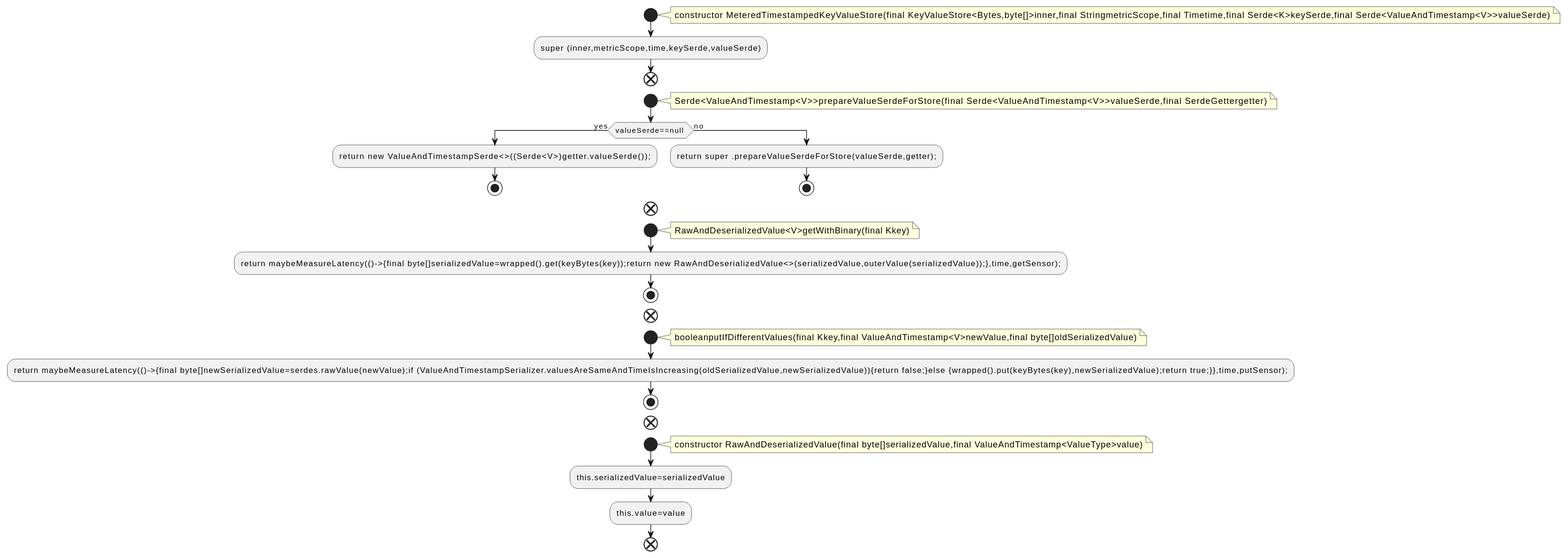
qualitesys/kafka keeps this PlantUML diagram as docs/qc/streams/src/main/java/org/apache/kafka/streams/state/internals/MeteredTimestampedKeyValueStore.java.fct.svg. Above is the earlier version. Its diagram source:
```plantuml
@startuml
!pragma layout smetana
start
note right
constructor MeteredTimestampedKeyValueStore(final KeyValueStore<Bytes,byte[]>inner,final StringmetricScope,final Timetime,final Serde<K>keySerde,final Serde<ValueAndTimestamp<V>>valueSerde)
end note
:super (inner,metricScope,time,keySerde,valueSerde);
end
start
note right
Serde<ValueAndTimestamp<V>>prepareValueSerdeForStore(final Serde<ValueAndTimestamp<V>>valueSerde,final SerdeGettergetter)
end note
if (valueSerde==null ) then (yes)
:return new ValueAndTimestampSerde<>((Serde<V>)getter.valueSerde());;
stop
else (no)
:return super .prepareValueSerdeForStore(valueSerde,getter);;
stop
endif
end
start
note right
RawAndDeserializedValue<V>getWithBinary(final Kkey)
end note
:return maybeMeasureLatency(()->{final byte[]serializedValue=wrapped().get(keyBytes(key));return new RawAndDeserializedValue<>(serializedValue,outerValue(serializedValue));},time,getSensor);;
stop
end
start
note right
booleanputIfDifferentValues(final Kkey,final ValueAndTimestamp<V>newValue,final byte[]oldSerializedValue)
end note
:return maybeMeasureLatency(()->{final byte[]newSerializedValue=serdes.rawValue(newValue);if (ValueAndTimestampSerializer.valuesAreSameAndTimeIsIncreasing(oldSerializedValue,newSerializedValue)){return false;}else {wrapped().put(keyBytes(key),newSerializedValue);return true;}},time,putSensor);;
stop
end
start
note right
constructor RawAndDeserializedValue(final byte[]serializedValue,final ValueAndTimestamp<ValueType>value)
end note
:this.serializedValue=serializedValue;
:this.value=value;
end
@enduml
```
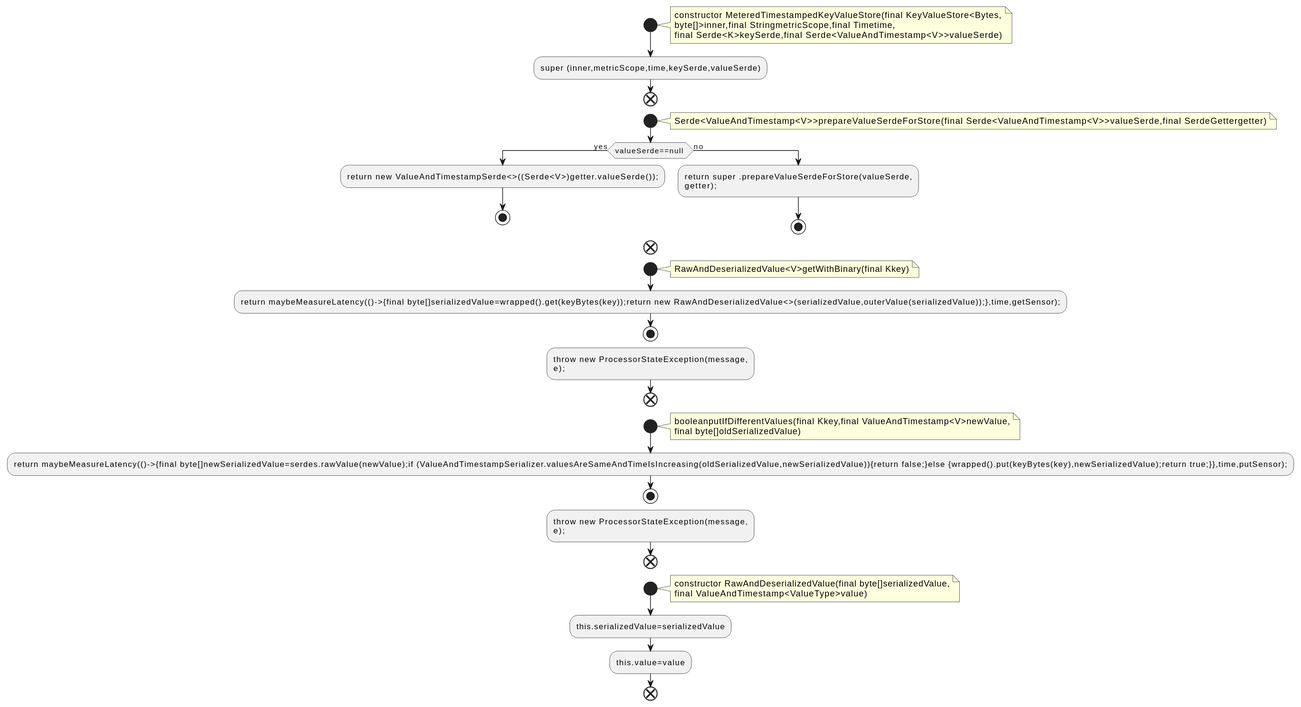
The same diagram one commit later.

Diff of the diagram source:
```diff
@@ -2,7 +2,9 @@
 !pragma layout smetana
 start
 note right
-constructor MeteredTimestampedKeyValueStore(final KeyValueStore<Bytes,byte[]>inner,final StringmetricScope,final Timetime,final Serde<K>keySerde,final Serde<ValueAndTimestamp<V>>valueSerde)
+constructor MeteredTimestampedKeyValueStore(final KeyValueStore<Bytes,
+byte[]>inner,final StringmetricScope,final Timetime,
+final Serde<K>keySerde,final Serde<ValueAndTimestamp<V>>valueSerde)
 end note
 :super (inner,metricScope,time,keySerde,valueSerde);
 end
@@ -14,7 +16,8 @@
 :return new ValueAndTimestampSerde<>((Serde<V>)getter.valueSerde());;
 stop
 else (no)
-:return super .prepareValueSerdeForStore(valueSerde,getter);;
+:return super .prepareValueSerdeForStore(valueSerde,
+getter);;
 stop
 endif
 end
@@ -24,17 +27,23 @@
 end note
 :return maybeMeasureLatency(()->{final byte[]serializedValue=wrapped().get(keyBytes(key));return new RawAndDeserializedValue<>(serializedValue,outerValue(serializedValue));},time,getSensor);;
 stop
+:throw new ProcessorStateException(message,
+e);;
 end
 start
 note right
-booleanputIfDifferentValues(final Kkey,final ValueAndTimestamp<V>newValue,final byte[]oldSerializedValue)
+booleanputIfDifferentValues(final Kkey,final ValueAndTimestamp<V>newValue,
+final byte[]oldSerializedValue)
 end note
 :return maybeMeasureLatency(()->{final byte[]newSerializedValue=serdes.rawValue(newValue);if (ValueAndTimestampSerializer.valuesAreSameAndTimeIsIncreasing(oldSerializedValue,newSerializedValue)){return false;}else {wrapped().put(keyBytes(key),newSerializedValue);return true;}},time,putSensor);;
 stop
+:throw new ProcessorStateException(message,
+e);;
 end
 start
 note right
-constructor RawAndDeserializedValue(final byte[]serializedValue,final ValueAndTimestamp<ValueType>value)
+constructor RawAndDeserializedValue(final byte[]serializedValue,
+final ValueAndTimestamp<ValueType>value)
 end note
 :this.serializedValue=serializedValue;
 :this.value=value;
```
